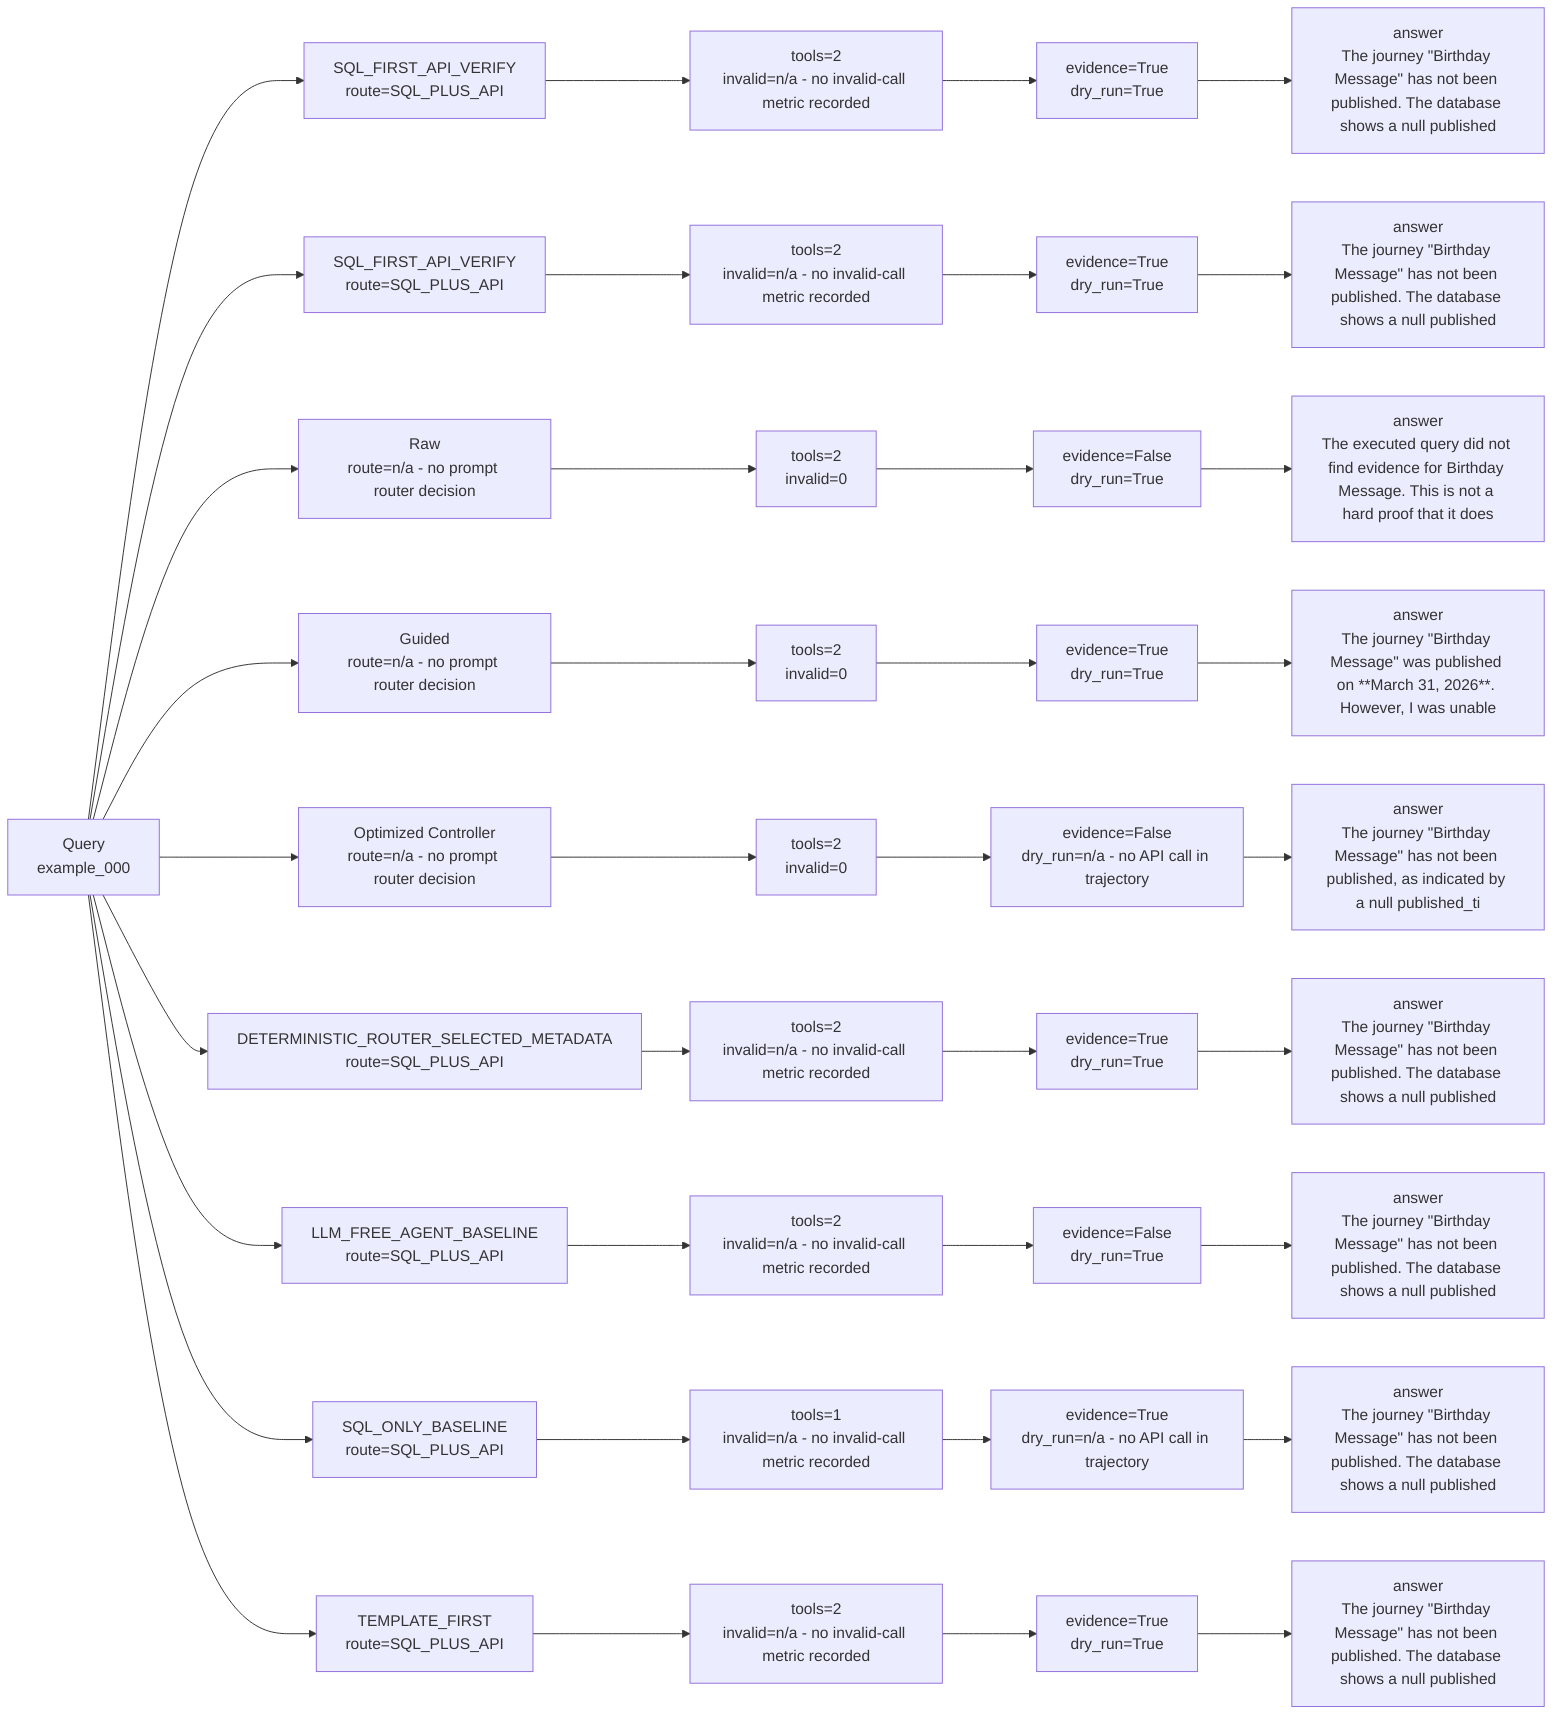
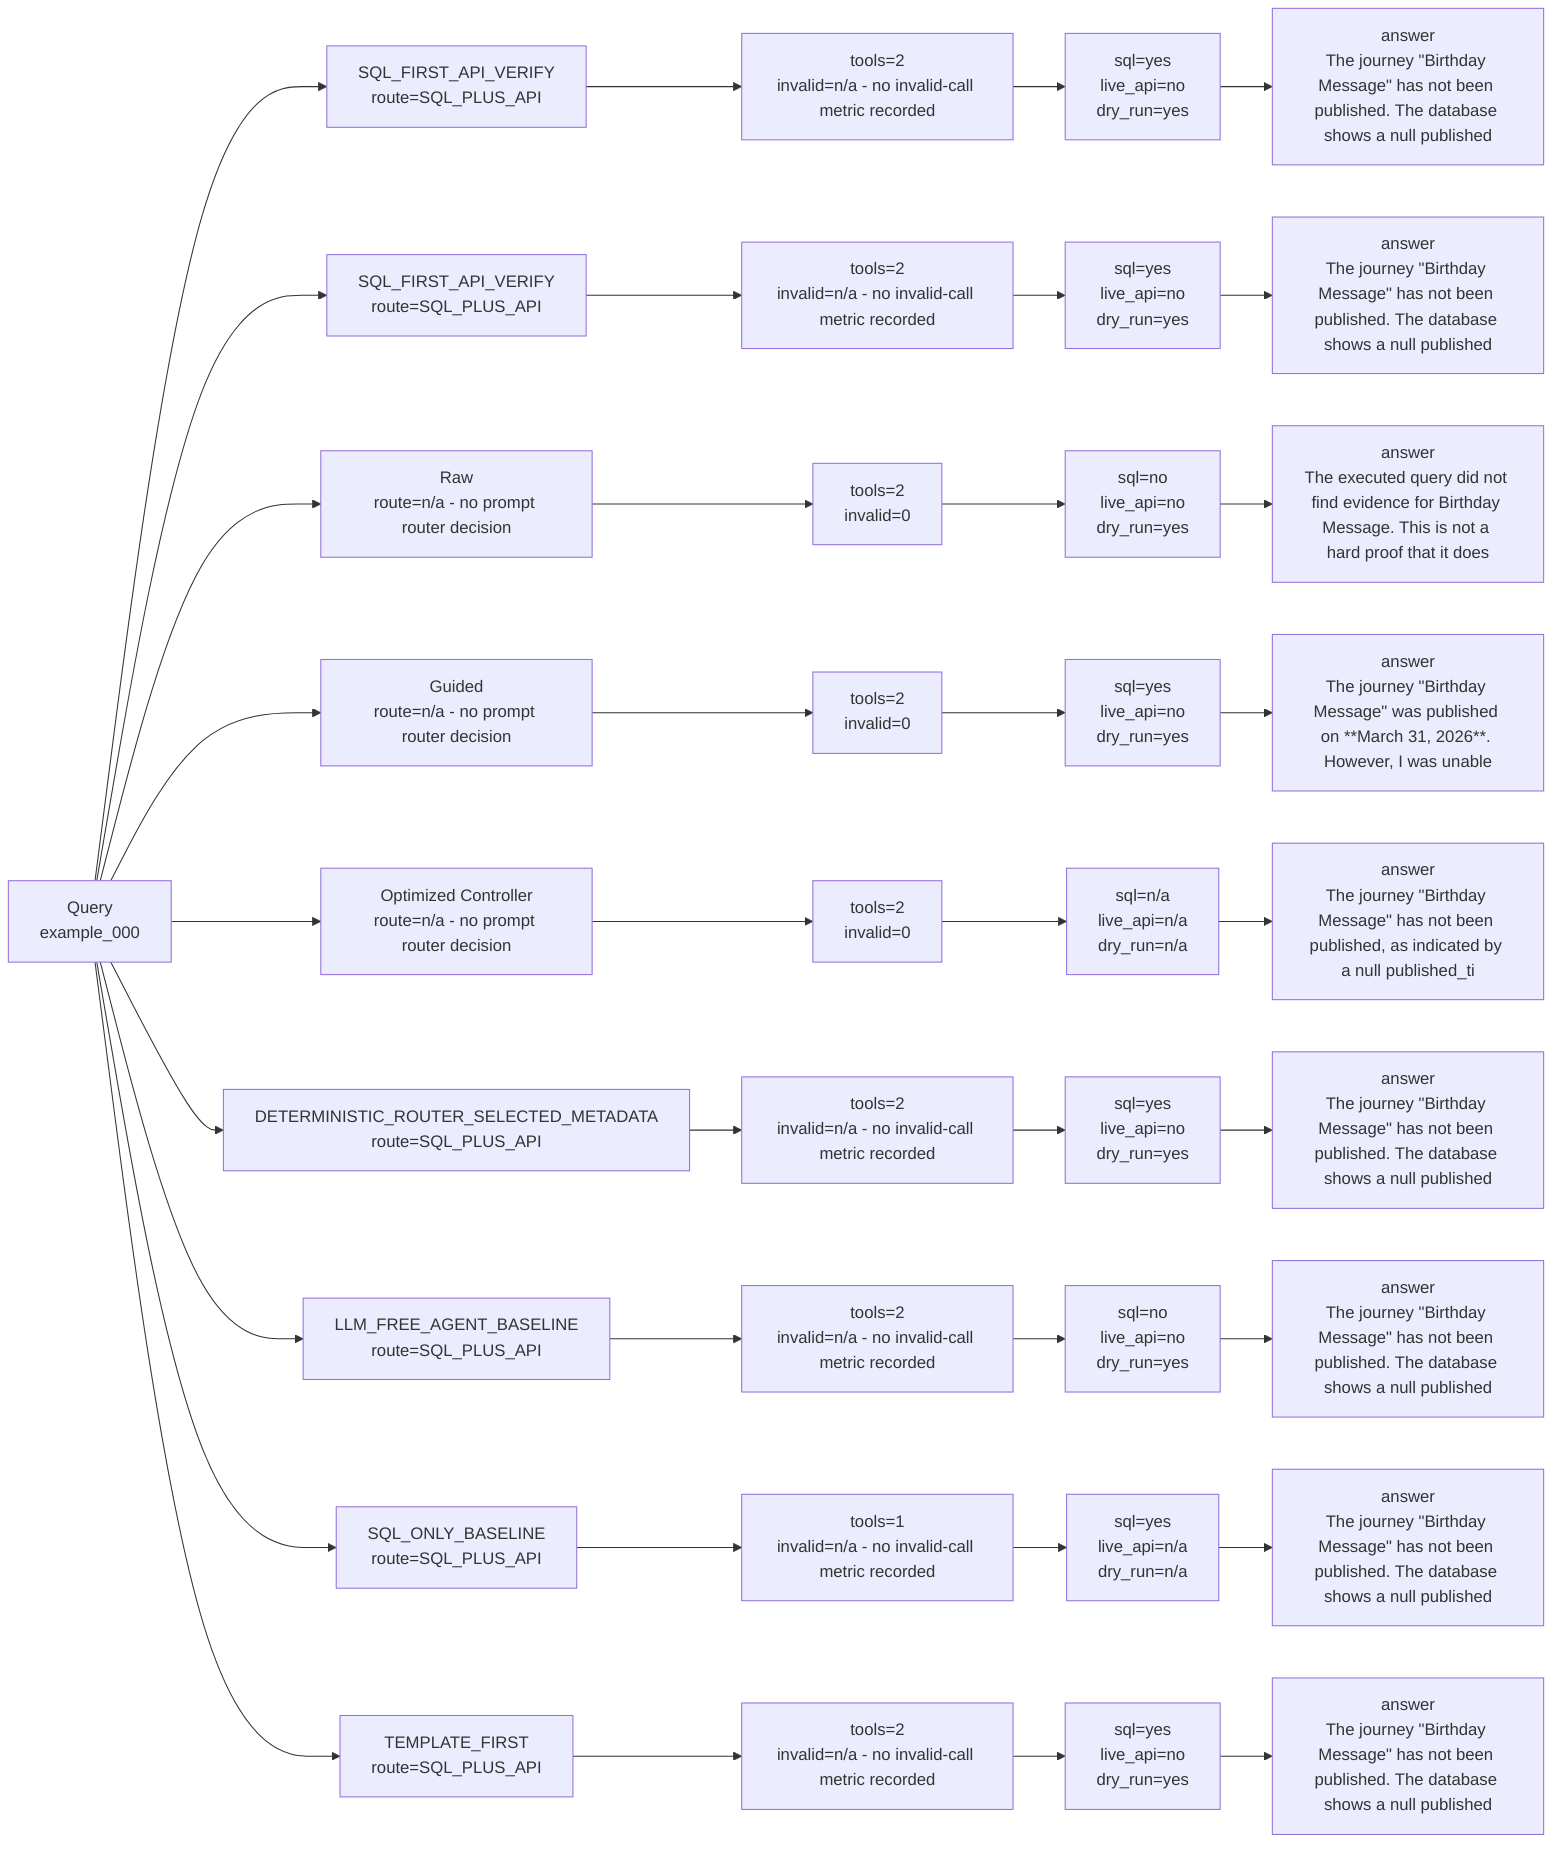
flowchart LR
  prompt["Query<br/>example_000"]
  prompt --> s0_route["SQL_FIRST_API_VERIFY<br/>route=SQL_PLUS_API"]
  s0_route --> s0_tools["tools=2<br/>invalid=n/a - no invalid-call metric recorded"]
-   s0_tools --> s0_evidence["evidence=True<br/>dry_run=True"]
+   s0_tools --> s0_evidence["sql=yes<br/>live_api=no<br/>dry_run=yes"]
  s0_evidence --> s0_answer["answer<br/>The journey &quot;Birthday Message&quot; has not been published. The database shows a null published"]
  prompt --> s1_route["SQL_FIRST_API_VERIFY<br/>route=SQL_PLUS_API"]
  s1_route --> s1_tools["tools=2<br/>invalid=n/a - no invalid-call metric recorded"]
-   s1_tools --> s1_evidence["evidence=True<br/>dry_run=True"]
+   s1_tools --> s1_evidence["sql=yes<br/>live_api=no<br/>dry_run=yes"]
  s1_evidence --> s1_answer["answer<br/>The journey &quot;Birthday Message&quot; has not been published. The database shows a null published"]
  prompt --> s2_route["Raw<br/>route=n/a - no prompt router decision"]
  s2_route --> s2_tools["tools=2<br/>invalid=0"]
-   s2_tools --> s2_evidence["evidence=False<br/>dry_run=True"]
+   s2_tools --> s2_evidence["sql=no<br/>live_api=no<br/>dry_run=yes"]
  s2_evidence --> s2_answer["answer<br/>The executed query did not find evidence for Birthday Message. This is not a hard proof that it does"]
  prompt --> s3_route["Guided<br/>route=n/a - no prompt router decision"]
  s3_route --> s3_tools["tools=2<br/>invalid=0"]
-   s3_tools --> s3_evidence["evidence=True<br/>dry_run=True"]
+   s3_tools --> s3_evidence["sql=yes<br/>live_api=no<br/>dry_run=yes"]
  s3_evidence --> s3_answer["answer<br/>The journey &quot;Birthday Message&quot; was published on **March 31, 2026**. However, I was unable "]
  prompt --> s4_route["Optimized Controller<br/>route=n/a - no prompt router decision"]
  s4_route --> s4_tools["tools=2<br/>invalid=0"]
-   s4_tools --> s4_evidence["evidence=False<br/>dry_run=n/a - no API call in trajectory"]
+   s4_tools --> s4_evidence["sql=n/a<br/>live_api=n/a<br/>dry_run=n/a"]
  s4_evidence --> s4_answer["answer<br/>The journey &quot;Birthday Message&quot; has not been published, as indicated by a null published_ti"]
  prompt --> s5_route["DETERMINISTIC_ROUTER_SELECTED_METADATA<br/>route=SQL_PLUS_API"]
  s5_route --> s5_tools["tools=2<br/>invalid=n/a - no invalid-call metric recorded"]
-   s5_tools --> s5_evidence["evidence=True<br/>dry_run=True"]
+   s5_tools --> s5_evidence["sql=yes<br/>live_api=no<br/>dry_run=yes"]
  s5_evidence --> s5_answer["answer<br/>The journey &quot;Birthday Message&quot; has not been published. The database shows a null published"]
  prompt --> s6_route["LLM_FREE_AGENT_BASELINE<br/>route=SQL_PLUS_API"]
  s6_route --> s6_tools["tools=2<br/>invalid=n/a - no invalid-call metric recorded"]
-   s6_tools --> s6_evidence["evidence=False<br/>dry_run=True"]
+   s6_tools --> s6_evidence["sql=no<br/>live_api=no<br/>dry_run=yes"]
  s6_evidence --> s6_answer["answer<br/>The journey &quot;Birthday Message&quot; has not been published. The database shows a null published"]
  prompt --> s7_route["SQL_ONLY_BASELINE<br/>route=SQL_PLUS_API"]
  s7_route --> s7_tools["tools=1<br/>invalid=n/a - no invalid-call metric recorded"]
-   s7_tools --> s7_evidence["evidence=True<br/>dry_run=n/a - no API call in trajectory"]
+   s7_tools --> s7_evidence["sql=yes<br/>live_api=n/a<br/>dry_run=n/a"]
  s7_evidence --> s7_answer["answer<br/>The journey &quot;Birthday Message&quot; has not been published. The database shows a null published"]
  prompt --> s8_route["TEMPLATE_FIRST<br/>route=SQL_PLUS_API"]
  s8_route --> s8_tools["tools=2<br/>invalid=n/a - no invalid-call metric recorded"]
-   s8_tools --> s8_evidence["evidence=True<br/>dry_run=True"]
+   s8_tools --> s8_evidence["sql=yes<br/>live_api=no<br/>dry_run=yes"]
  s8_evidence --> s8_answer["answer<br/>The journey &quot;Birthday Message&quot; has not been published. The database shows a null published"]
